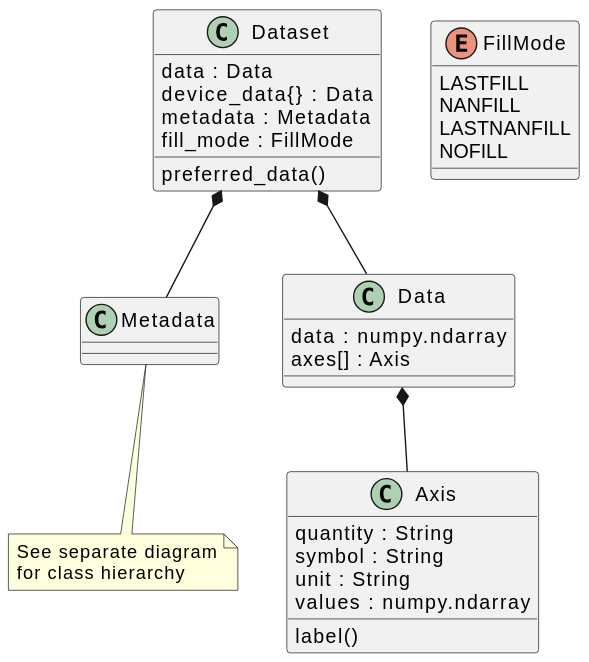
Above: docs/uml/evedata.dataset.dataset.svg in tillbiskup/evedata (PlantUML), before the change.
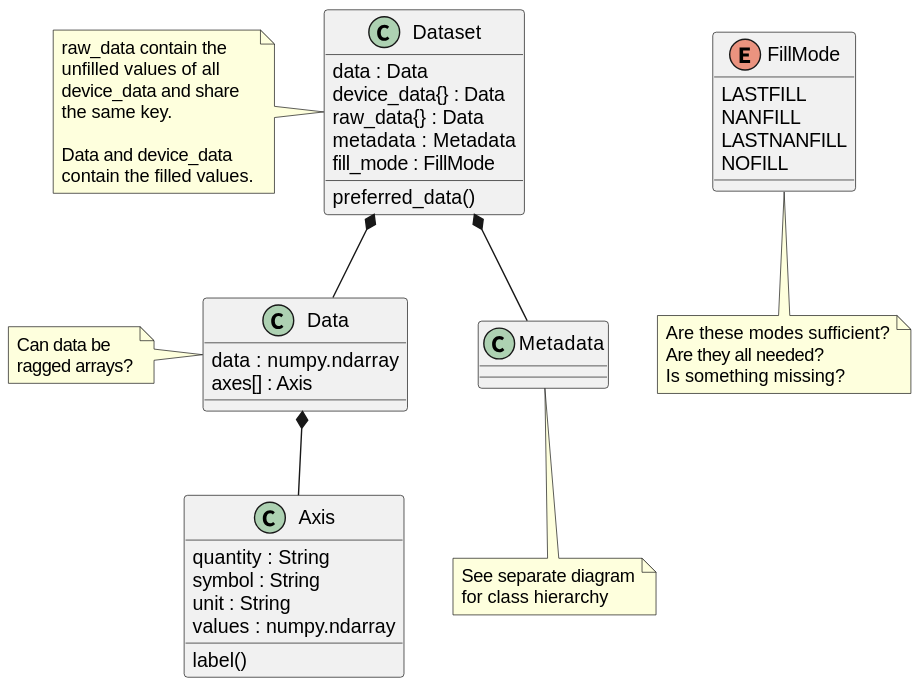
The same diagram one commit later.

Commit message:
Update dataset module UML; much more discussion in architecture overview

Diff of the diagram source:
```diff
@@ -1,13 +1,14 @@
 @startuml
-
 class Dataset {
     data : Data
     device_data{} : Data
+    raw_data{} : Data
     metadata : Metadata
     fill_mode : FillMode
 
     preferred_data()
 }
+note left: raw_data contain the\nunfilled values of all\ndevice_data and share\nthe same key.\n\nData and device_data\ncontain the filled values.
 
 enum FillMode {
     LASTFILL
@@ -15,6 +16,7 @@
     LASTNANFILL
     NOFILL
 }
+note bottom: Are these modes sufficient?\nAre they all needed?\nIs something missing?
 
 class Metadata
 note bottom: See separate diagram\nfor class hierarchy
@@ -24,6 +26,7 @@
     data : numpy.ndarray
     axes[] : Axis
 }
+note left: Can data be\nragged arrays?
 
 class Axis {
     quantity : String
```
